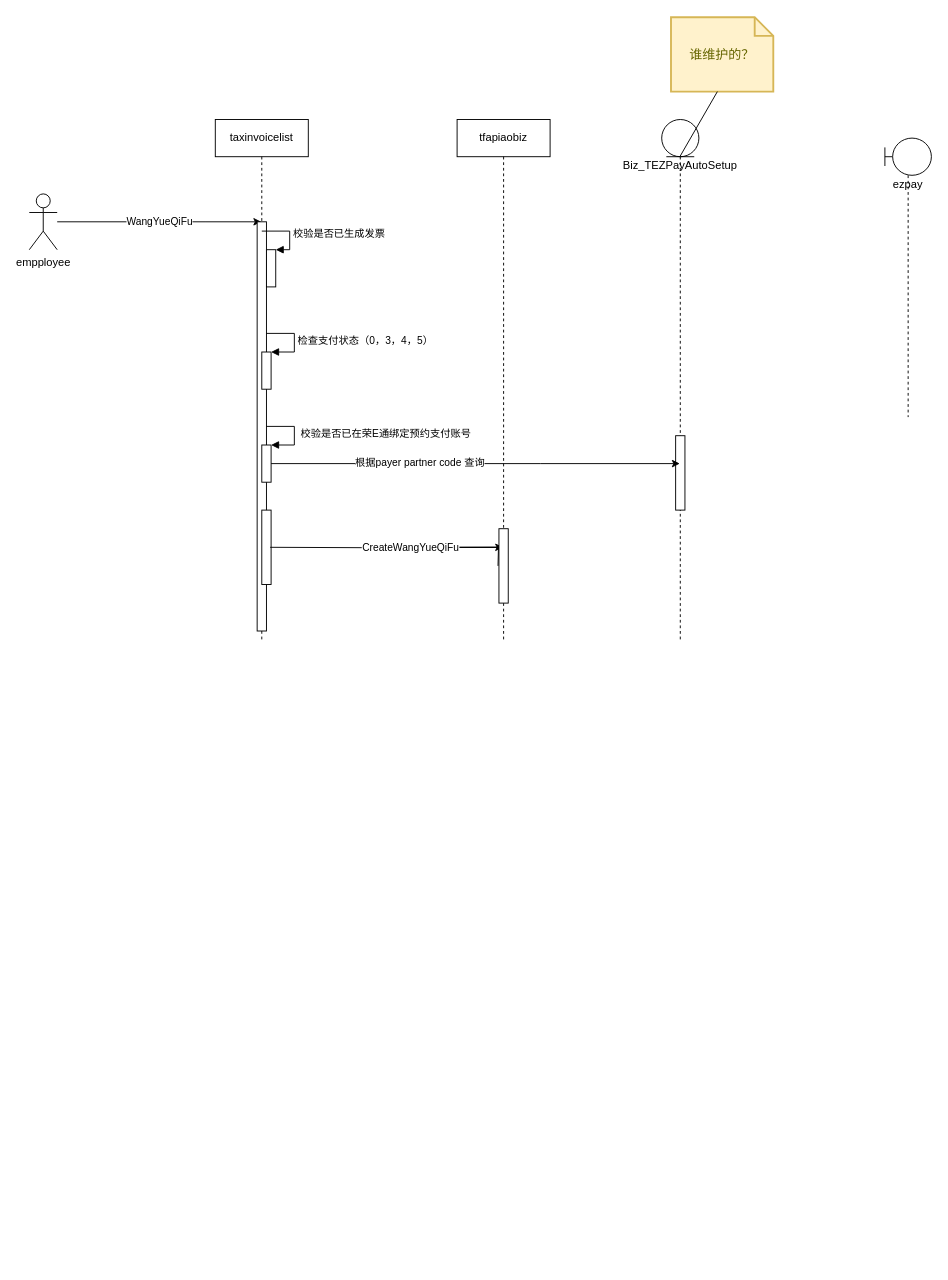
yi2003/diagram keeps this draw.io diagram as 网约起付.drawio. Above is the earlier version. Source tidied: cells renumbered, new cells numbered last; positions are measured from the earlier drawing's top-left corner, leaving out a move shared by most shapes. Both pictures are drawn from the tidied source at 93%, with x=0, y=0 at pixel (29, 17).
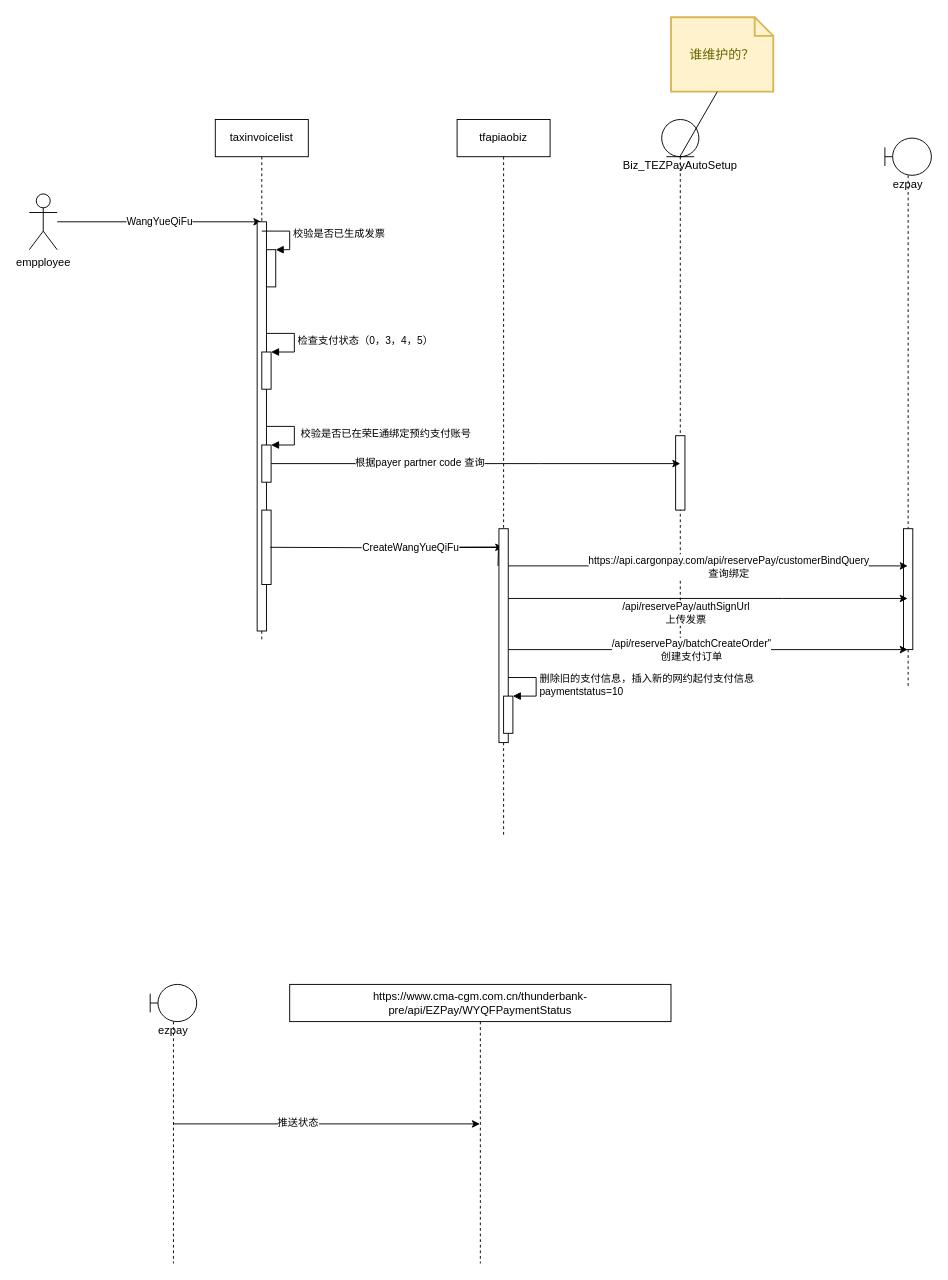
After the change.

Unchanged cells that the change refers to:
```xml
<mxCell id="10" style="html=1;points=[];perimeter=orthogonalPerimeter;" parent="4" vertex="1">
  <mxGeometry x="50" y="350" width="10" height="40" as="geometry" />
</mxCell>
<mxCell id="13" value="Biz_TEZPayAutoSetup" style="shape=umlLifeline;participant=umlEntity;perimeter=lifelinePerimeter;whiteSpace=wrap;html=1;verticalAlign=top;spacingTop=36;outlineConnect=0;size=40;" parent="1" vertex="1">
  <mxGeometry x="680" y="110" width="40" height="560" as="geometry" />
</mxCell>
```

Diff of the diagram source:
```diff
@@
-    <mxCell id="17" style="edgeStyle=orthogonalEdgeStyle;rounded=0;jettySize=auto;html=1;" parent="1" edge="1" source="10" target="13">
+    <mxCell id="17" style="edgeStyle=orthogonalEdgeStyle;rounded=0;jettySize=auto;html=1;" parent="1" edge="1" source="10">
       <mxGeometry relative="1" as="geometry">
+        <mxPoint x="700" y="480" as="targetPoint" />
         <Array as="points">
           <mxPoint x="550" y="480" />
           <mxPoint x="550" y="480" />
         </Array>
       </mxGeometry>
     </mxCell>
@@
     <mxCell id="19" value="ezpay" style="shape=umlLifeline;participant=umlBoundary;perimeter=lifelinePerimeter;whiteSpace=wrap;html=1;verticalAlign=top;spacingTop=36;outlineConnect=0;" parent="1" vertex="1">
-      <mxGeometry x="920" y="130" width="50" height="300" as="geometry" />
+      <mxGeometry x="920" y="130" width="50" height="590" as="geometry" />
     </mxCell>
+    <mxCell id="24" style="html=1;perimeter=orthogonalPerimeter;" parent="19" vertex="1">
+      <mxGeometry x="20" y="420" width="10" height="130" as="geometry" />
+    </mxCell>
     <mxCell id="20" value="tfapiaobiz" style="shape=umlLifeline;perimeter=lifelinePerimeter;whiteSpace=wrap;html=1;outlineConnect=0;" parent="1" vertex="1">
-      <mxGeometry x="460" y="110" width="100" height="560" as="geometry" />
+      <mxGeometry x="460" y="110" width="100" height="770" as="geometry" />
     </mxCell>
@@
+    <mxCell id="25" style="edgeStyle=orthogonalEdgeStyle;rounded=0;jettySize=auto;html=1;" parent="1" edge="1" source="22" target="19">
+      <mxGeometry relative="1" as="geometry">
+        <Array as="points">
+          <mxPoint x="820" y="590" />
+          <mxPoint x="820" y="590" />
+        </Array>
+      </mxGeometry>
+    </mxCell>
+    <mxCell id="26" value="https://api.cargonpay.com/api/reservePay/customerBindQuery&lt;br&gt;查询绑定" style="edgeLabel;html=1;align=center;verticalAlign=middle;" parent="25" vertex="1">
+      <mxGeometry x="0.1" relative="1" as="geometry" />
+    </mxCell>
+    <mxCell id="27" style="edgeStyle=orthogonalEdgeStyle;rounded=0;jettySize=auto;html=1;" parent="1" edge="1" source="22" target="19">
+      <mxGeometry relative="1" as="geometry">
+        <Array as="points">
+          <mxPoint x="810" y="625" />
+          <mxPoint x="810" y="625" />
+        </Array>
+      </mxGeometry>
+    </mxCell>
+    <mxCell id="28" value="/api/reservePay/authSignUrl&lt;br&gt;上传发票" style="edgeLabel;html=1;align=center;verticalAlign=middle;" parent="27" vertex="1">
+      <mxGeometry x="-0.08" y="7" relative="1" as="geometry">
+        <mxPoint x="-8" y="22" as="offset" />
+      </mxGeometry>
+    </mxCell>
+    <mxCell id="29" style="edgeStyle=orthogonalEdgeStyle;rounded=0;jettySize=auto;html=1;" parent="1" edge="1" source="22" target="19">
+      <mxGeometry relative="1" as="geometry">
+        <Array as="points">
+          <mxPoint x="620" y="680" />
+          <mxPoint x="620" y="680" />
+        </Array>
+      </mxGeometry>
+    </mxCell>
+    <mxCell id="30" value="/api/reservePay/batchCreateOrder&quot;&lt;br&gt;创建支付订单" style="edgeLabel;html=1;align=center;verticalAlign=middle;" parent="29" vertex="1">
+      <mxGeometry x="-0.09" relative="1" as="geometry">
+        <mxPoint x="1" as="offset" />
+      </mxGeometry>
+    </mxCell>
     <mxCell id="22" style="html=1;points=[];perimeter=orthogonalPerimeter;" parent="1" vertex="1">
-      <mxGeometry x="505" y="550" width="10" height="80" as="geometry" />
+      <mxGeometry x="505" y="550" width="10" height="230" as="geometry" />
     </mxCell>
@@
+    <mxCell id="31" style="html=1;points=[];perimeter=orthogonalPerimeter;" parent="1" vertex="1">
+      <mxGeometry x="510" y="730" width="10" height="40" as="geometry" />
+    </mxCell>
+    <mxCell id="32" value="删除旧的支付信息，插入新的网约起付支付信息&lt;br&gt;paymentstatus=10" style="edgeStyle=orthogonalEdgeStyle;html=1;align=left;spacingLeft=2;endArrow=block;rounded=0;entryX=1;entryY=0;" parent="1" edge="1" target="31">
+      <mxGeometry relative="1" as="geometry">
+        <mxPoint x="515" y="710" as="sourcePoint" />
+        <Array as="points">
+          <mxPoint x="545" y="710" />
+        </Array>
+      </mxGeometry>
+    </mxCell>
+    <mxCell id="33" value="https://www.cma-cgm.com.cn/thunderbank-pre/api/EZPay/WYQFPaymentStatus" style="shape=umlLifeline;perimeter=lifelinePerimeter;whiteSpace=wrap;html=1;outlineConnect=0;align=center;" parent="1" vertex="1">
+      <mxGeometry x="280" y="1040" width="410" height="300" as="geometry" />
+    </mxCell>
+    <mxCell id="34" style="edgeStyle=orthogonalEdgeStyle;rounded=0;jettySize=auto;html=1;" parent="1" edge="1" source="36" target="33">
+      <mxGeometry relative="1" as="geometry" />
+    </mxCell>
+    <mxCell id="35" value="推送状态" style="edgeLabel;html=1;align=center;verticalAlign=middle;" parent="34" vertex="1">
+      <mxGeometry x="-0.19" y="2" relative="1" as="geometry" />
+    </mxCell>
+    <mxCell id="36" value="ezpay" style="shape=umlLifeline;participant=umlBoundary;perimeter=lifelinePerimeter;whiteSpace=wrap;html=1;verticalAlign=top;spacingTop=36;outlineConnect=0;" parent="1" vertex="1">
+      <mxGeometry x="130" y="1040" width="50" height="300" as="geometry" />
+    </mxCell>
```
